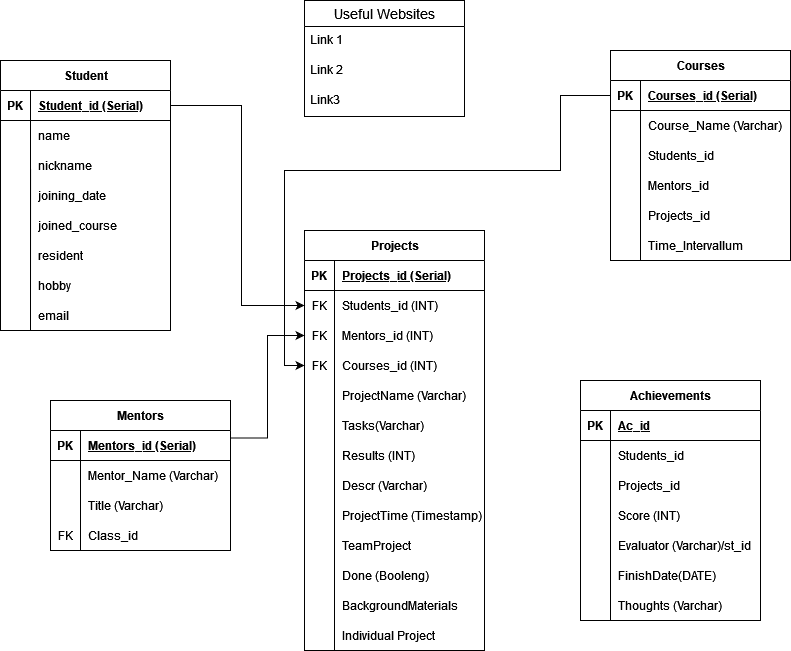
VMAkos/smartninja keeps this draw.io diagram as CC Students.drawio.png. Above is the earlier version. Source tidied: cells renumbered, new cells last; positions are measured from the earlier drawing's top-left corner, leaving out a move shared by most shapes.
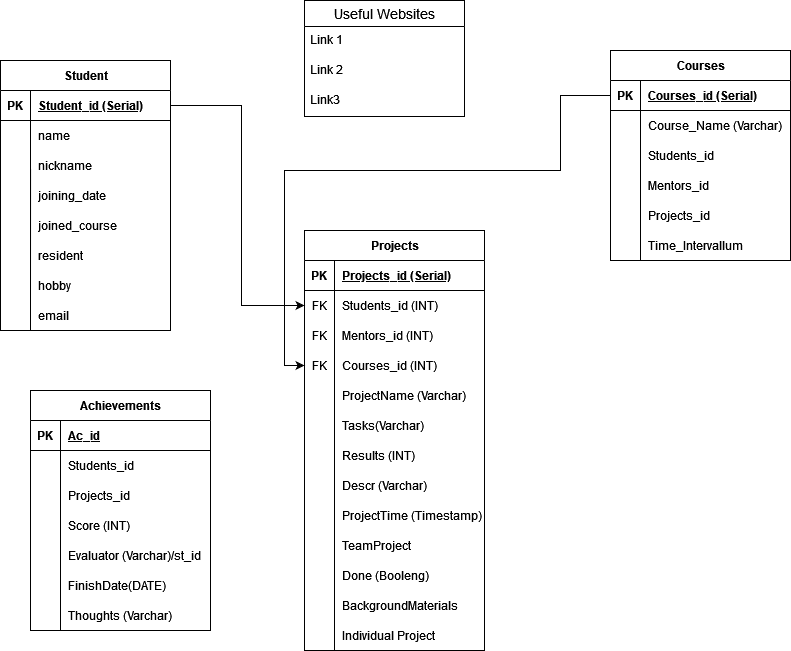
After the change.

Change to the diagram source:
```diff
@@ -140,48 +140,6 @@
     <mxCell id="46" value="Time_Intervallum" style="shape=partialRectangle;fillColor=none;top=0;left=0;bottom=0;right=0;align=left;spacingLeft=6;overflow=hidden;whiteSpace=wrap;html=1;" parent="44" vertex="1">
       <mxGeometry x="30" width="150" height="30" as="geometry" />
     </mxCell>
-    <mxCell id="47" style="edgeStyle=orthogonalEdgeStyle;rounded=0;jettySize=auto;html=1;exitX=1;exitY=0.25;exitDx=0;exitDy=0;entryX=0;entryY=0.5;entryDx=0;entryDy=0;" parent="1" edge="1" source="48" target="68">
-      <mxGeometry relative="1" as="geometry" />
-    </mxCell>
-    <mxCell id="48" value="Mentors" style="shape=table;startSize=30;rowLines=0;fontStyle=1;align=center;html=1;" parent="1" vertex="1">
-      <mxGeometry x="50" y="400" width="180" height="150" as="geometry" />
-    </mxCell>
-    <mxCell id="49" style="shape=tableRow;horizontal=0;startSize=0;swimlaneHead=0;swimlaneBody=0;fillColor=none;top=0;left=0;right=0;bottom=1;" parent="48" vertex="1">
-      <mxGeometry y="30" width="180" height="30" as="geometry" />
-    </mxCell>
-    <mxCell id="50" value="PK" style="shape=partialRectangle;fillColor=none;top=0;left=0;bottom=0;right=0;fontStyle=1;overflow=hidden;whiteSpace=wrap;html=1;" parent="49" vertex="1">
-      <mxGeometry width="30" height="30" as="geometry" />
-    </mxCell>
-    <mxCell id="51" value="Mentors_id (Serial)" style="shape=partialRectangle;fillColor=none;top=0;left=0;bottom=0;right=0;align=left;spacingLeft=6;fontStyle=5;overflow=hidden;whiteSpace=wrap;html=1;" parent="49" vertex="1">
-      <mxGeometry x="30" width="150" height="30" as="geometry" />
-    </mxCell>
-    <mxCell id="52" style="shape=tableRow;horizontal=0;startSize=0;swimlaneHead=0;swimlaneBody=0;fillColor=none;top=0;left=0;right=0;bottom=0;" parent="48" vertex="1">
-      <mxGeometry y="60" width="180" height="30" as="geometry" />
-    </mxCell>
-    <mxCell id="53" style="shape=partialRectangle;fillColor=none;top=0;left=0;bottom=0;right=0;overflow=hidden;whiteSpace=wrap;html=1;" parent="52" vertex="1">
-      <mxGeometry width="30" height="30" as="geometry" />
-    </mxCell>
-    <mxCell id="54" value="Mentor_Name (Varchar)" style="shape=partialRectangle;fillColor=none;top=0;left=0;bottom=0;right=0;align=left;spacingLeft=6;overflow=hidden;whiteSpace=wrap;html=1;" parent="52" vertex="1">
-      <mxGeometry x="30" width="150" height="30" as="geometry" />
-    </mxCell>
-    <mxCell id="55" style="shape=tableRow;horizontal=0;startSize=0;swimlaneHead=0;swimlaneBody=0;fillColor=none;top=0;left=0;right=0;bottom=0;" parent="48" vertex="1">
-      <mxGeometry y="90" width="180" height="30" as="geometry" />
-    </mxCell>
-    <mxCell id="56" style="shape=partialRectangle;fillColor=none;top=0;left=0;bottom=0;right=0;overflow=hidden;whiteSpace=wrap;html=1;" parent="55" vertex="1">
-      <mxGeometry width="30" height="30" as="geometry" />
-    </mxCell>
-    <mxCell id="57" value="Title (Varchar)" style="shape=partialRectangle;fillColor=none;top=0;left=0;bottom=0;right=0;align=left;spacingLeft=6;overflow=hidden;whiteSpace=wrap;html=1;" parent="55" vertex="1">
-      <mxGeometry x="30" width="150" height="30" as="geometry" />
-    </mxCell>
-    <mxCell id="58" style="shape=tableRow;horizontal=0;startSize=0;swimlaneHead=0;swimlaneBody=0;fillColor=none;top=0;left=0;right=0;bottom=0;" parent="48" vertex="1">
-      <mxGeometry y="120" width="180" height="30" as="geometry" />
-    </mxCell>
-    <mxCell id="59" value="FK" style="shape=partialRectangle;fillColor=none;top=0;left=0;bottom=0;right=0;overflow=hidden;whiteSpace=wrap;html=1;" parent="58" vertex="1">
-      <mxGeometry width="30" height="30" as="geometry" />
-    </mxCell>
-    <mxCell id="60" value="Class_id" style="shape=partialRectangle;fillColor=none;top=0;left=0;bottom=0;right=0;align=left;spacingLeft=6;overflow=hidden;whiteSpace=wrap;html=1;" parent="58" vertex="1">
-      <mxGeometry x="30" width="150" height="30" as="geometry" />
-    </mxCell>
     <mxCell id="61" value="Projects" style="shape=table;startSize=30;rowLines=0;fontStyle=1;align=center;html=1;" parent="1" vertex="1">
       <mxGeometry x="304" y="230" width="180" height="420" as="geometry" />
     </mxCell>
@@ -303,7 +261,7 @@
       <mxGeometry x="30" width="150" height="30" as="geometry" />
     </mxCell>
     <mxCell id="101" value="Achievements" style="shape=table;startSize=30;rowLines=0;fontStyle=1;align=center;html=1;" parent="1" vertex="1">
-      <mxGeometry x="580" y="380" width="180" height="240" as="geometry" />
+      <mxGeometry x="30" y="390" width="180" height="240" as="geometry" />
     </mxCell>
     <mxCell id="102" style="shape=tableRow;horizontal=0;startSize=0;swimlaneHead=0;swimlaneBody=0;fillColor=none;top=0;left=0;right=0;bottom=1;" parent="101" vertex="1">
       <mxGeometry y="30" width="180" height="30" as="geometry" />
```
